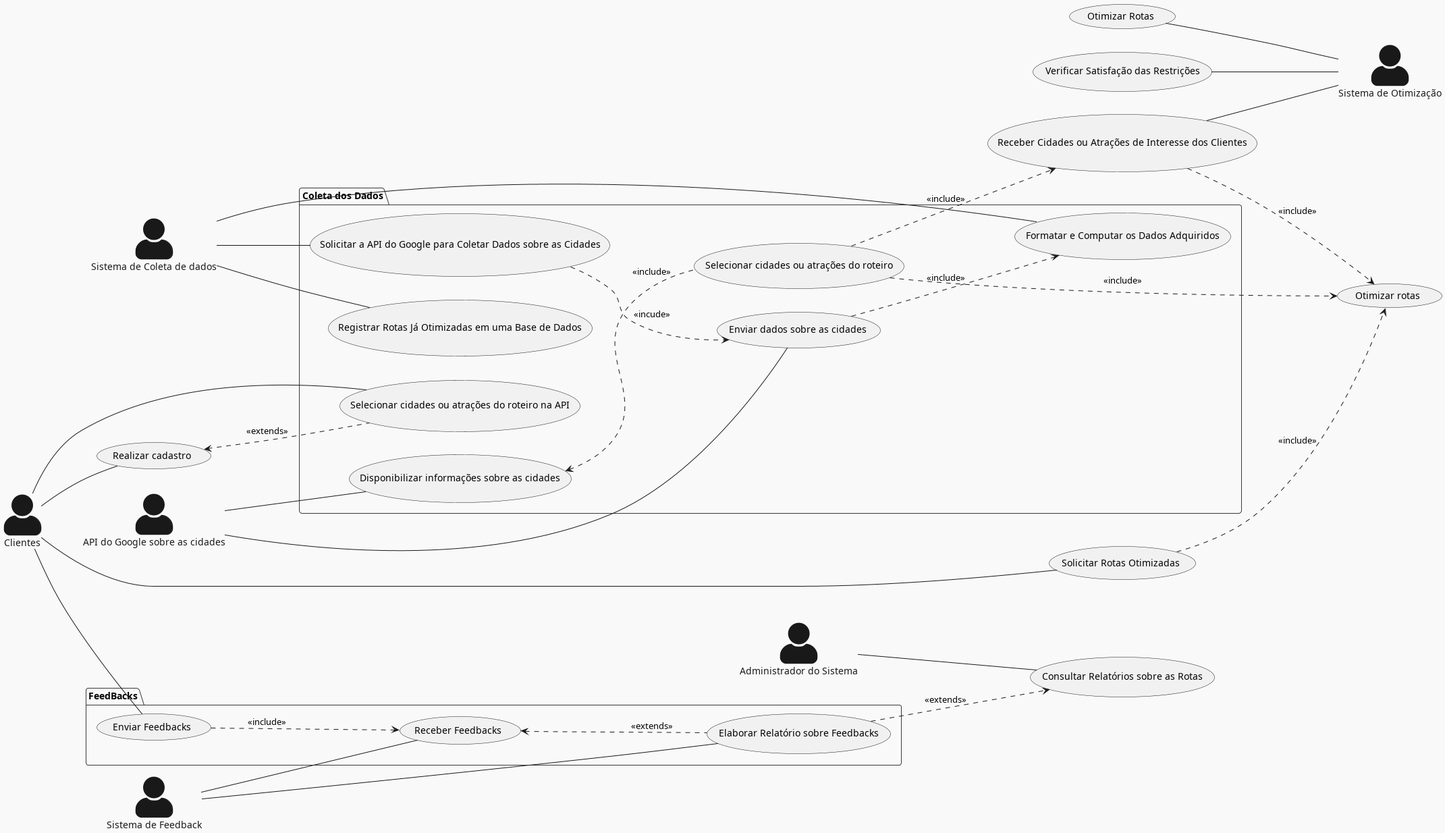
Earlier version of the PlantUML export Relatório/Semana-1/Diagramas/DCU.png (pedrodilallo/site_turismo_SIG).
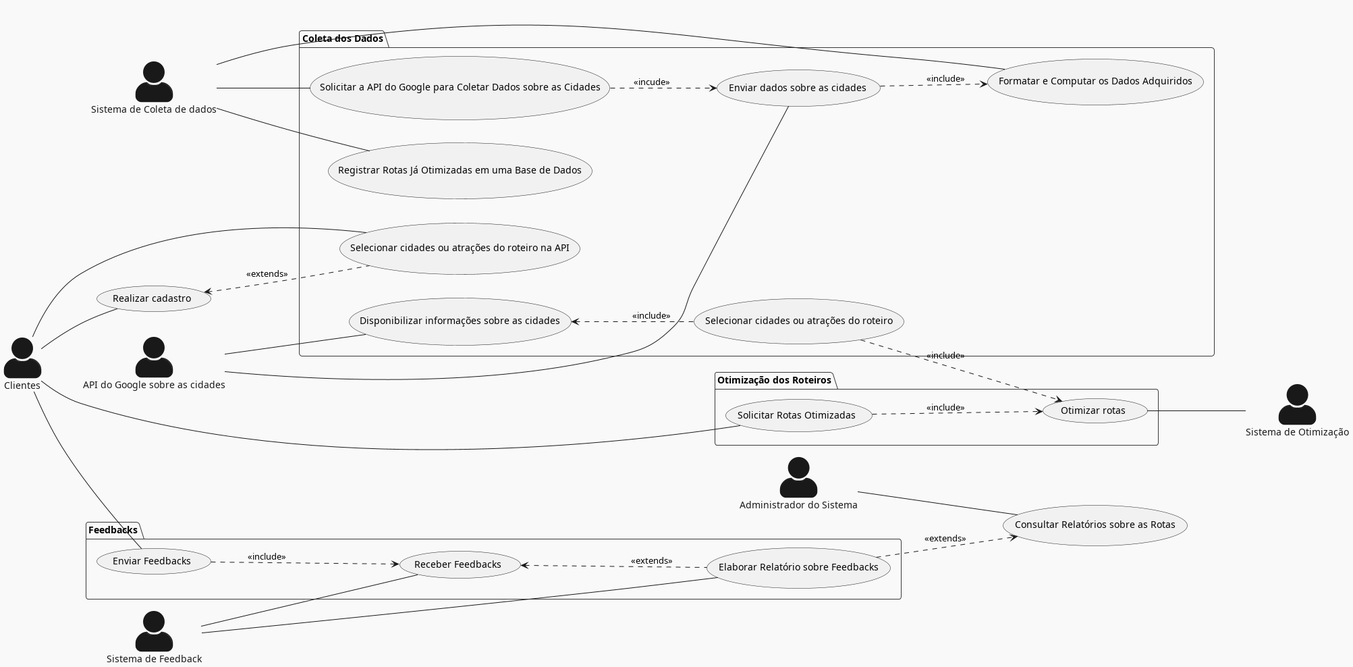
Later version of the same file.

Commit message:
Mais correções DCU

Diff of the diagram source:
```diff
@@ -10,6 +10,9 @@
 actor "Sistema de Feedback" as feedback
 actor "Sistema de Coleta de dados" as coletador
 
+cliente -- (Realizar cadastro)
+
+
 package "Coleta dos Dados"{
 cliente -- (Selecionar cidades ou atrações do roteiro na API)
 
@@ -21,35 +24,32 @@
 (Disponibilizar informações sobre as cidades) <.. (Selecionar cidades ou atrações do roteiro) : <<include>>
 
 
+
 }
 
 
-cliente -- (Realizar cadastro)
+package "Otimização dos Roteiros"{
 cliente -- (Solicitar Rotas Otimizadas)
+(Otimizar rotas) -- otimizador
+(Solicitar Rotas Otimizadas) ..> (Otimizar rotas) : <<include>>
+(Selecionar cidades ou atrações do roteiro) ..> (Otimizar rotas): <<include>>
+(Solicitar a API do Google para Coletar Dados sobre as Cidades) ..> (Enviar dados sobre as cidades) : <<incude>>
+
+
+}
 
 
 
 sys_admin -- (Consultar Relatórios sobre as Rotas)
 
-(Receber Cidades ou Atrações de Interesse dos Clientes) -- otimizador
-(Otimizar Rotas) -- otimizador
-(Verificar Satisfação das Restrições) -- otimizador
-(Solicitar Rotas Otimizadas) ..> (Otimizar rotas) : <<include>>
 
 
 
 (Realizar cadastro) <.. (Selecionar cidades ou atrações do roteiro na API) : <<extends>>
+(Enviar dados sobre as cidades) ..> (Formatar e Computar os Dados Adquiridos) : <<include>>
 
-(Enviar dados sobre as cidades) ..> (Formatar e Computar os Dados Adquiridos) : <<include>>
-(Selecionar cidades ou atrações do roteiro) ..>  (Receber Cidades ou Atrações de Interesse dos Clientes) : <<include>>
 
-(Selecionar cidades ou atrações do roteiro) ..> (Otimizar rotas): <<include>>
-
-(Receber Cidades ou Atrações de Interesse dos Clientes) ..> (Otimizar rotas): <<include>>
-
-(Solicitar a API do Google para Coletar Dados sobre as Cidades) ..> (Enviar dados sobre as cidades) : <<incude>>
-
-package "FeedBacks"{
+package "Feedbacks"{
 
 (Enviar Feedbacks) ..> (Receber Feedbacks) : <<include>>
 (Receber Feedbacks) <.. (Elaborar Relatório sobre Feedbacks) : <<extends>>
```
